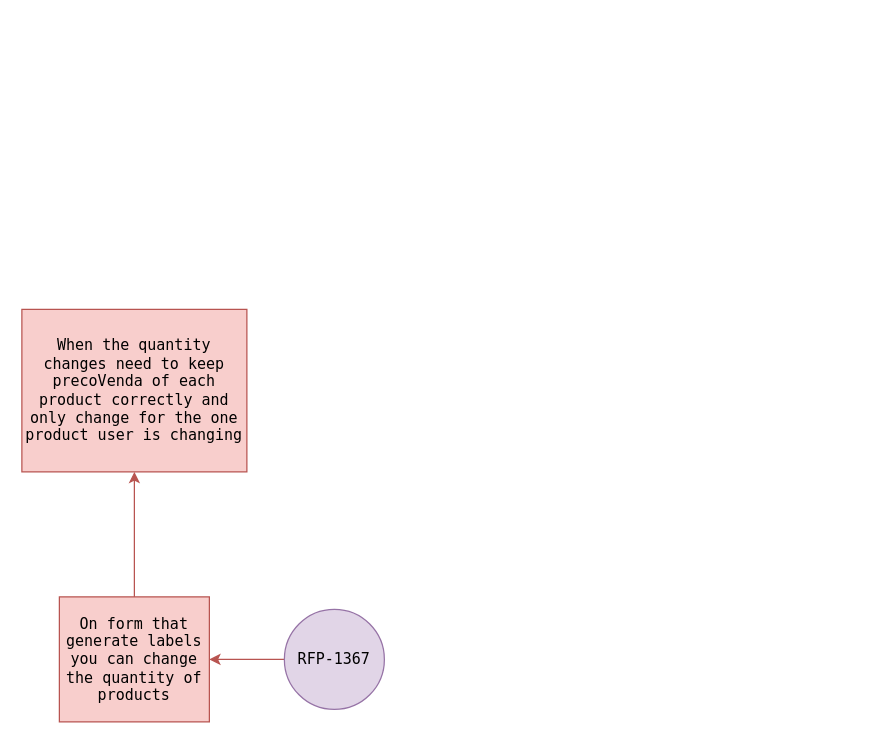
Earlier version of the draw.io diagram work/rca/RFP-1367-MindMap.drawio (JoaoDiasDev/mind-maps). Source tidied: cells renumbered, new cells numbered last; positions are measured from the earlier drawing's top-left corner, leaving out a move shared by most shapes. Both pictures are drawn from the tidied source at 125%, with x=0, y=0 at pixel (21, 309).
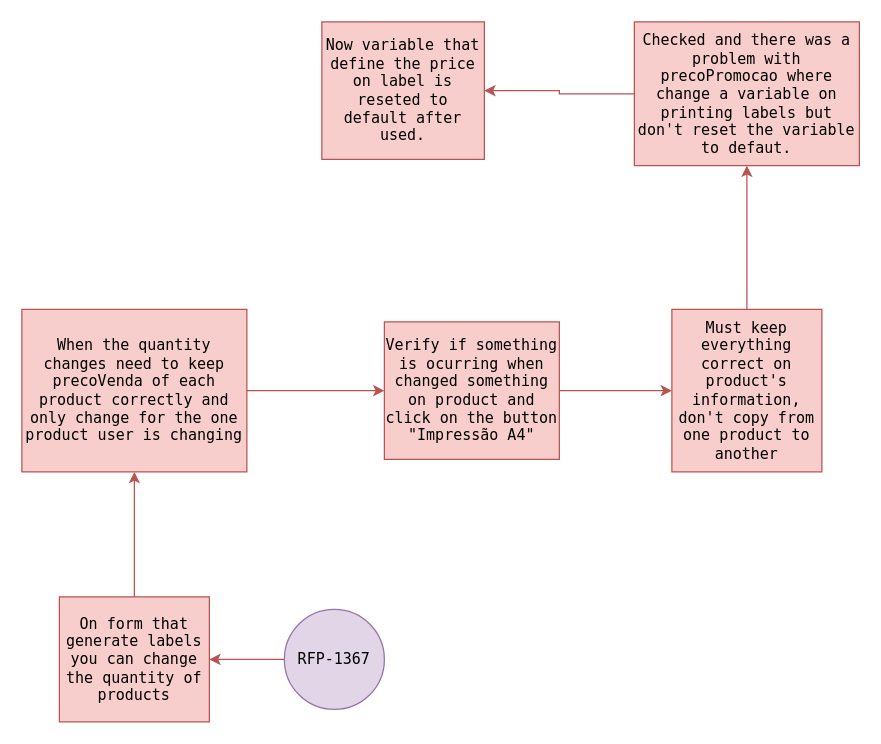
The same page after the edit.

What changed in the source:
```diff
@@
 <mxGraphModel>
   <root>
     <mxCell id="0" />
     <mxCell id="1" parent="0" />
     <mxCell id="2" style="edgeStyle=orthogonalEdgeStyle;rounded=0;jettySize=auto;html=1;fillColor=#f8cecc;strokeColor=#b85450;" parent="1" edge="1" source="3" target="5">
       <mxGeometry relative="1" as="geometry" />
     </mxCell>
     <mxCell id="3" value="RFP-1367" style="ellipse;whiteSpace=wrap;html=1;fillColor=#e1d5e7;strokeColor=#9673a6;fontFamily=Lucida Console;" parent="1" vertex="1">
       <mxGeometry x="210" y="240" width="80" height="80" as="geometry" />
     </mxCell>
     <mxCell id="4" style="edgeStyle=orthogonalEdgeStyle;rounded=0;jettySize=auto;html=1;fillColor=#f8cecc;strokeColor=#b85450;" parent="1" edge="1" source="5" target="6">
       <mxGeometry relative="1" as="geometry" />
     </mxCell>
     <mxCell id="5" value="On form that generate labels you can change the quantity of products" style="whiteSpace=wrap;html=1;fontFamily=Lucida Console;fillColor=#f8cecc;strokeColor=#b85450;" parent="1" vertex="1">
       <mxGeometry x="30" y="230" width="120" height="100" as="geometry" />
     </mxCell>
+    <mxCell id="7" style="edgeStyle=orthogonalEdgeStyle;rounded=0;jettySize=auto;html=1;fillColor=#f8cecc;strokeColor=#b85450;" parent="1" edge="1" source="6" target="9">
+      <mxGeometry relative="1" as="geometry" />
+    </mxCell>
     <mxCell id="6" value="When the quantity changes need to keep precoVenda of each product correctly and only change for the one product user is changing" style="whiteSpace=wrap;html=1;fontFamily=Lucida Console;fillColor=#f8cecc;strokeColor=#b85450;" parent="1" vertex="1">
       <mxGeometry width="180" height="130" as="geometry" />
     </mxCell>
+    <mxCell id="8" style="edgeStyle=orthogonalEdgeStyle;rounded=0;jettySize=auto;html=1;fillColor=#f8cecc;strokeColor=#b85450;" parent="1" edge="1" source="9" target="11">
+      <mxGeometry relative="1" as="geometry" />
+    </mxCell>
+    <mxCell id="9" value="Verify if something is ocurring when changed something on product and click on the button &quot;Impressão A4&quot;" style="whiteSpace=wrap;html=1;fontFamily=Lucida Console;fillColor=#f8cecc;strokeColor=#b85450;" parent="1" vertex="1">
+      <mxGeometry x="290" y="10" width="140" height="110" as="geometry" />
+    </mxCell>
+    <mxCell id="10" style="edgeStyle=orthogonalEdgeStyle;rounded=0;jettySize=auto;html=1;fillColor=#f8cecc;strokeColor=#b85450;" parent="1" edge="1" source="11" target="13">
+      <mxGeometry relative="1" as="geometry" />
+    </mxCell>
+    <mxCell id="11" value="Must keep everything correct on product's information, don't copy from one product to another" style="whiteSpace=wrap;html=1;fontFamily=Lucida Console;fillColor=#f8cecc;strokeColor=#b85450;" parent="1" vertex="1">
+      <mxGeometry x="520" width="120" height="130" as="geometry" />
+    </mxCell>
+    <mxCell id="12" style="edgeStyle=orthogonalEdgeStyle;rounded=0;jettySize=auto;html=1;fontFamily=Lucida Console;fillColor=#f8cecc;strokeColor=#b85450;" parent="1" edge="1" source="13" target="14">
+      <mxGeometry relative="1" as="geometry" />
+    </mxCell>
+    <mxCell id="13" value="Checked and there was a problem with precoPromocao where change a variable on printing labels but don't reset the variable to defaut." style="whiteSpace=wrap;html=1;fontFamily=Lucida Console;fillColor=#f8cecc;strokeColor=#b85450;" parent="1" vertex="1">
+      <mxGeometry x="490" y="-230" width="180" height="115" as="geometry" />
+    </mxCell>
+    <mxCell id="14" value="Now variable that define the price on label is reseted to default after used." style="whiteSpace=wrap;html=1;fontFamily=Lucida Console;fillColor=#f8cecc;strokeColor=#b85450;" parent="1" vertex="1">
+      <mxGeometry x="240" y="-230" width="130" height="110" as="geometry" />
+    </mxCell>
   </root>
 </mxGraphModel>
```
